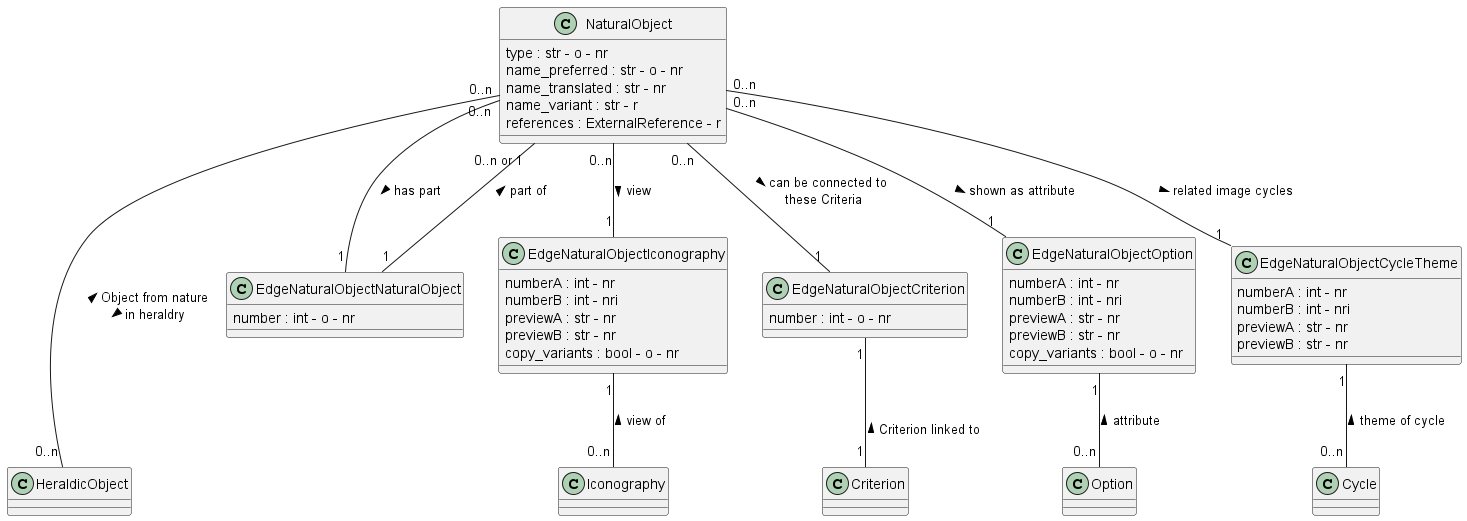
The PlantUML diagram documentation/class_diagrams/NaturalObject.png in tmasch/bpf_be, before a commit.
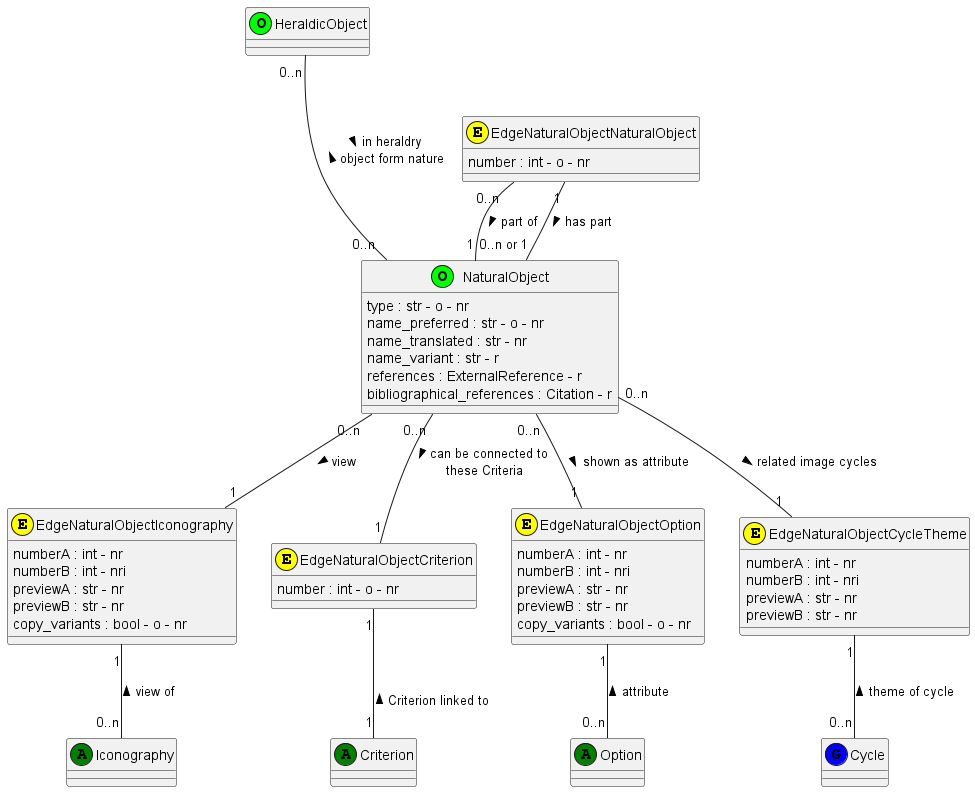
Above is the later version.

What changed in the source:
```diff
@@ -1,50 +1,51 @@
 @startuml  NaturalObject
-class NaturalObject
+class NaturalObject <<(O,lime)>>
 NaturalObject : type : str - o - nr
 NaturalObject : name_preferred : str - o - nr
 NaturalObject : name_translated : str - nr
 NaturalObject : name_variant : str - r
 NaturalObject : references : ExternalReference - r
+NaturalObject : bibliographical_references : Citation - r
 
-class Iconography
+class Iconography <<(A,green)>>
 
-class Criterion
+class Criterion <<(A,green)>>
 
-class Option
+class Option <<(A,green)>>
 
-class Cycle
+class Cycle <<(G,blue)>>
 
-class HeraldicObject
+class HeraldicObject <<(O,lime)>>
 
-class EdgeNaturalObjectNaturalObject
+class EdgeNaturalObjectNaturalObject <<(E,yellow)>>
 EdgeNaturalObjectNaturalObject : number : int - o - nr
 
-class EdgeNaturalObjectIconography
+class EdgeNaturalObjectIconography <<(E,yellow)>>
 EdgeNaturalObjectIconography : numberA : int - nr
 EdgeNaturalObjectIconography : numberB : int - nri
 EdgeNaturalObjectIconography : previewA : str - nr
 EdgeNaturalObjectIconography : previewB : str - nr
 EdgeNaturalObjectIconography : copy_variants : bool - o - nr
 
-class EdgeNaturalObjectCriterion
+class EdgeNaturalObjectCriterion <<(E,yellow)>>
 EdgeNaturalObjectCriterion : number : int - o - nr
 
-class EdgeNaturalObjectOption
+class EdgeNaturalObjectOption <<(E,yellow)>>
 EdgeNaturalObjectOption : numberA : int - nr
 EdgeNaturalObjectOption : numberB : int - nri
 EdgeNaturalObjectOption : previewA : str - nr
 EdgeNaturalObjectOption : previewB : str - nr
 EdgeNaturalObjectOption : copy_variants : bool - o - nr
 
-class EdgeNaturalObjectCycleTheme
+class EdgeNaturalObjectCycleTheme <<(E,yellow)>>
 EdgeNaturalObjectCycleTheme : numberA : int - nr
 EdgeNaturalObjectCycleTheme : numberB : int - nri
 EdgeNaturalObjectCycleTheme : previewA : str - nr
 EdgeNaturalObjectCycleTheme : previewB : str - nr
 
 
-NaturalObject "0..n" -- "1" EdgeNaturalObjectNaturalObject : has part >
-EdgeNaturalObjectNaturalObject "1" -- "0..n or 1" NaturalObject: part of >
+EdgeNaturalObjectNaturalObject "0..n" -- "1" NaturalObject : part of >
+EdgeNaturalObjectNaturalObject "1" -- "0..n or 1" NaturalObject: has part >
 
 NaturalObject "0..n" -- "1" EdgeNaturalObjectIconography : view >
 EdgeNaturalObjectIconography "1" -- "0..n" Iconography : view of <
@@ -58,6 +59,6 @@
 NaturalObject "0..n" -- "1" EdgeNaturalObjectCycleTheme : related image cycles >
 EdgeNaturalObjectCycleTheme "1" -- "0..n" Cycle : theme of cycle <
 
-NaturalObject "0..n" --- "0..n" HeraldicObject: < Object from nature \n in heraldry >
+HeraldicObject "0..n" --- "0..n" NaturalObject: > in heraldry \n object form nature <
 
 @enduml
```
